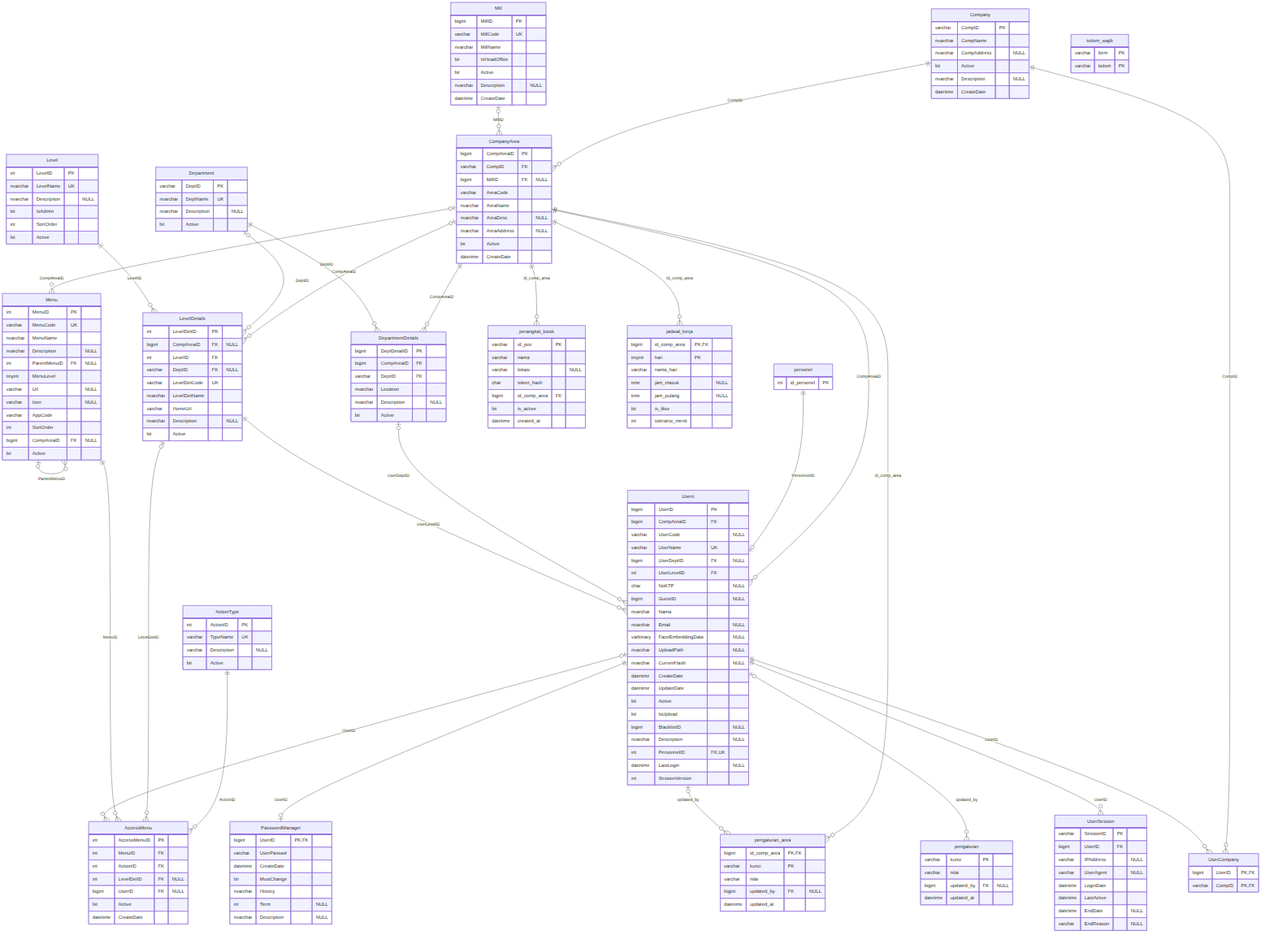
aetheriin/timbangan_sawit_v2 keeps this Mermaid diagram as docs/erd/01_organisasi_akses.png. Above is the earlier version. Its source is kept beside it as docs/erd/01_organisasi_akses.mmd.
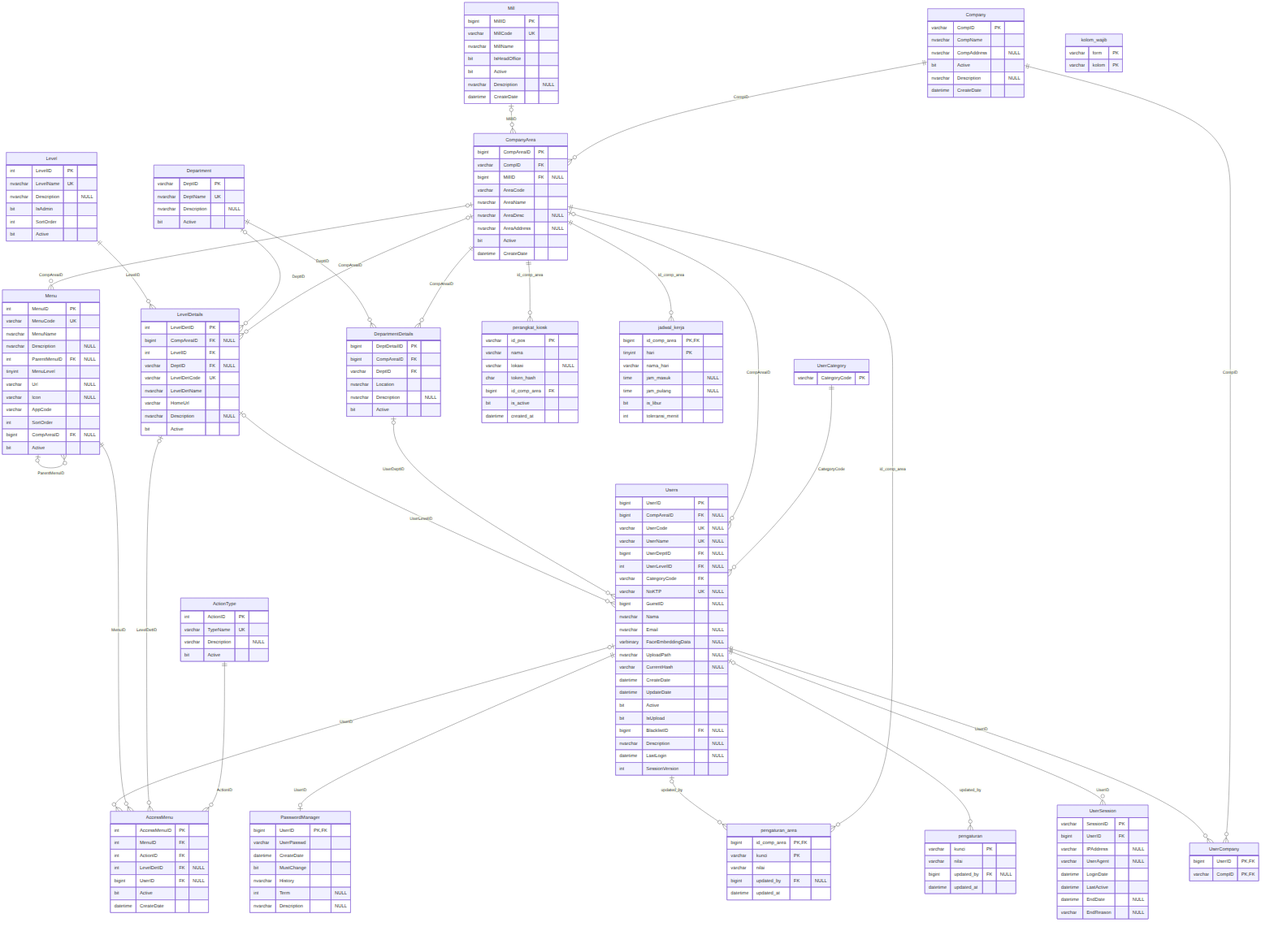
After the commit.

What changed in the source:
```diff
@@ -91,25 +91,25 @@
     }
     Users {
         bigint UserID PK
-        bigint CompAreaID FK
-        varchar UserCode "NULL"
-        varchar UserName UK
+        bigint CompAreaID FK "NULL"
+        varchar UserCode UK "NULL"
+        varchar UserName UK "NULL"
         bigint UserDeptID FK "NULL"
-        int UserLevelID FK
-        char NoKTP "NULL"
+        int UserLevelID FK "NULL"
+        varchar CategoryCode FK
+        varchar NoKTP UK "NULL"
         bigint GuestID "NULL"
         nvarchar Nama
         nvarchar Email "NULL"
         varbinary FaceEmbeddingData "NULL"
         nvarchar UploadPath "NULL"
-        nvarchar CurrentHash "NULL"
+        varchar CurrentHash "NULL"
         datetime CreateDate
         datetime UpdateDate
         bit Active
         bit IsUpload
-        bigint BlacklistID "NULL"
+        bigint BlacklistID FK "NULL"
         nvarchar Description "NULL"
-        int PersonnelID FK,UK
         datetime LastLogin "NULL"
         int SessionVersion
     }
@@ -171,8 +171,8 @@
         bit is_libur
         int toleransi_menit
     }
-    personel {
-        int id_personel PK
+    UserCategory {
+        varchar CategoryCode PK
     }
     ActionType ||--o{ AccessMenu : "ActionID"
     LevelDetails |o--o{ AccessMenu : "LevelDetID"
@@ -195,8 +195,8 @@
     CompanyArea ||--o{ perangkat_kiosk : "id_comp_area"
     Company ||--o{ UserCompany : "CompID"
     Users ||--o{ UserCompany : "UserID"
-    CompanyArea ||--o{ Users : "CompAreaID"
-    personel ||--o| Users : "PersonnelID"
+    UserCategory ||--o{ Users : "CategoryCode"
+    CompanyArea |o--o{ Users : "CompAreaID"
     DepartmentDetails |o--o{ Users : "UserDeptID"
-    LevelDetails ||--o{ Users : "UserLevelID"
+    LevelDetails |o--o{ Users : "UserLevelID"
     Users ||--o{ UserSession : "UserID"
```
